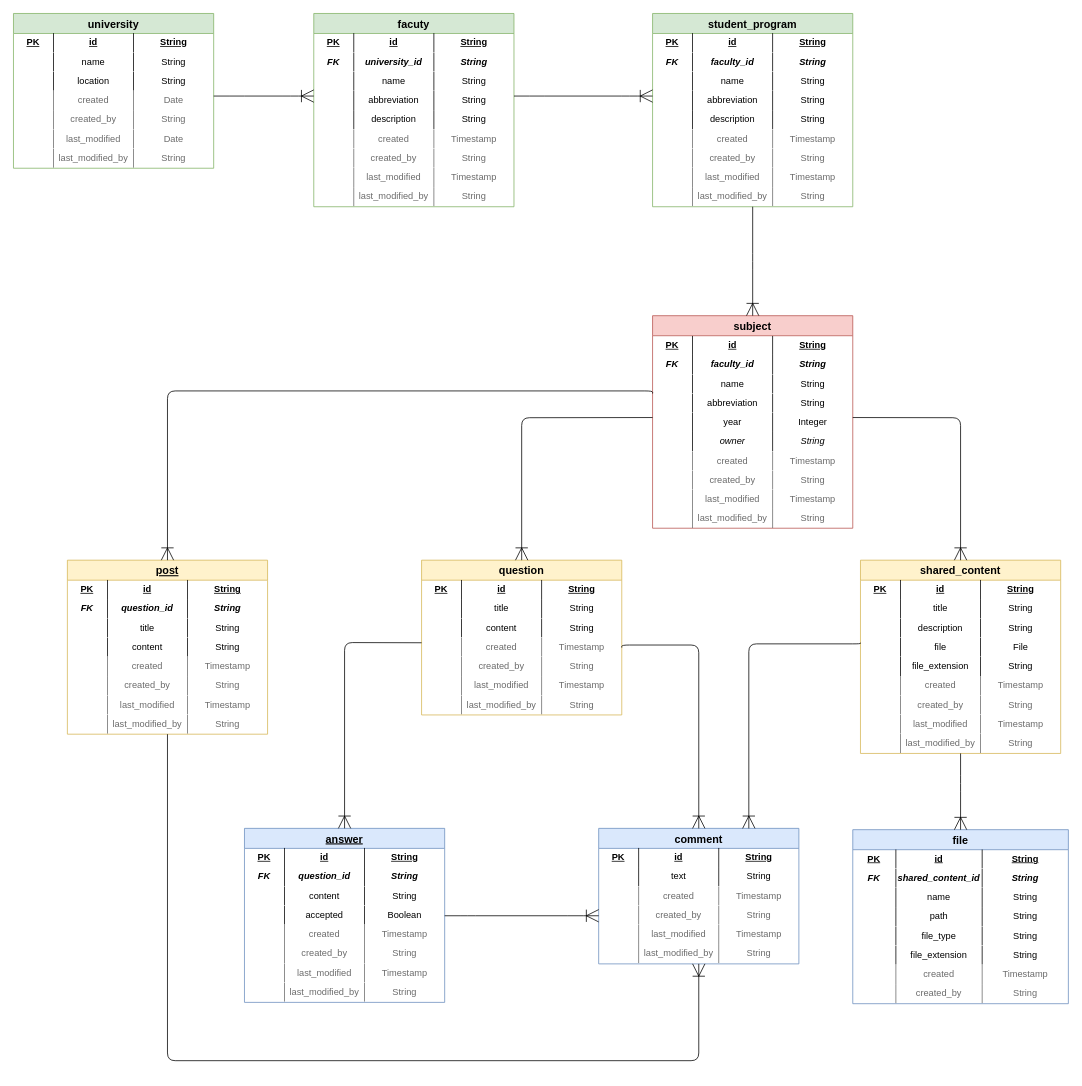
fri-pointer/docs keeps this draw.io diagram as res/drawio/fri-pointer-db.drawio. Above is the earlier version. Source tidied: cells renumbered, new cells numbered last; positions are measured from the earlier drawing's top-left corner, leaving out a move shared by most shapes. Both pictures are drawn from the tidied source at 77%, with x=0, y=0 at pixel (13, 13).
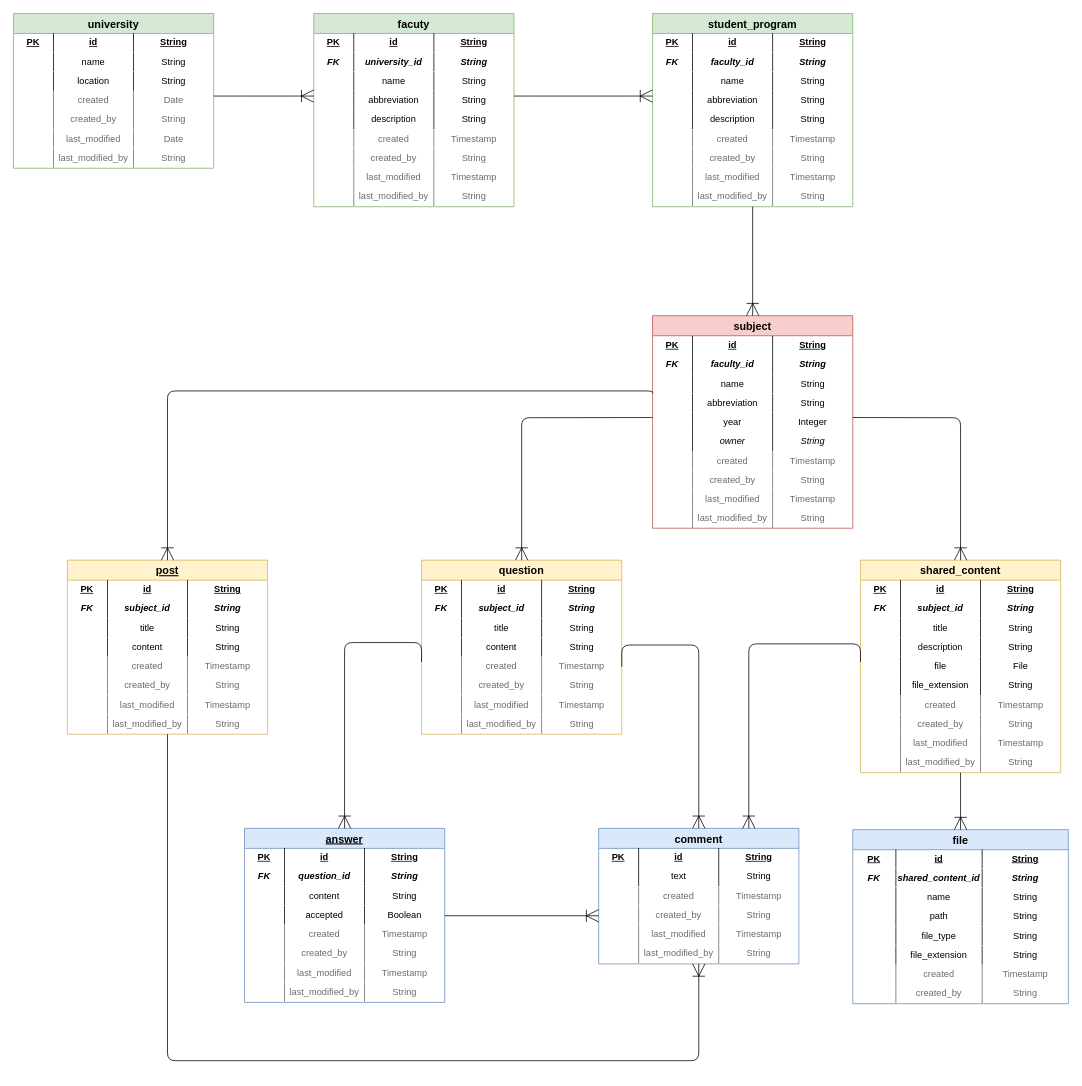
The same page after the edit.

The change refers to these unchanged cells:
```xml
<mxCell id="94" value="post" style="swimlane;fontStyle=5;horizontal=1;startSize=26;fillColor=#fff2cc;swimlaneFillColor=#ffffff;align=center;fontSize=14;rounded=0;shadow=0;glass=0;strokeWidth=1;strokeColor=#d6b656;" parent="1" vertex="1">
  <mxGeometry x="70" y="710" width="260" height="226" as="geometry" />
</mxCell>
```

Change to the diagram source:
```diff
@@
     <mxCell id="39" value="shared_content" style="swimlane;fontStyle=1;horizontal=1;startSize=26;fillColor=#fff2cc;swimlaneFillColor=#ffffff;align=center;fontSize=14;rounded=0;shadow=0;glass=0;strokeWidth=1;strokeColor=#d6b656;" parent="1" vertex="1">
-      <mxGeometry x="1100" y="710" width="260" height="251" as="geometry" />
+      <mxGeometry x="1100" y="710" width="260" height="276" as="geometry" />
     </mxCell>
@@
+    <mxCell id="105" value="&lt;table style=&quot;width: 100% ; height: 100% ; border-collapse: collapse&quot; width=&quot;100%&quot;&gt;&lt;tbody&gt;&lt;tr&gt;&lt;td width=&quot;20%&quot; align=&quot;center&quot;&gt;&lt;b&gt;FK&lt;/b&gt;&lt;/td&gt;&lt;td style=&quot;border-left: 1px solid ; border-right: 1px solid&quot; width=&quot;40%&quot; align=&quot;center&quot;&gt;&lt;b&gt;subject_id&lt;br&gt;&lt;/b&gt;&lt;/td&gt;&lt;td width=&quot;40%&quot; align=&quot;center&quot;&gt;&lt;b&gt;String&lt;br&gt;&lt;/b&gt;&lt;/td&gt;&lt;/tr&gt;&lt;/tbody&gt;&lt;/table&gt;" style="text;html=1;strokeColor=none;fillColor=none;overflow=fill;rounded=0;shadow=0;glass=0;align=left;fontStyle=2;" parent="39" vertex="1">
+      <mxGeometry y="51" width="260" height="25" as="geometry" />
+    </mxCell>
     <mxCell id="41" value="&lt;table style=&quot;width: 100% ; height: 100% ; border-collapse: collapse&quot; width=&quot;100%&quot;&gt;&lt;tbody&gt;&lt;tr&gt;&lt;td width=&quot;20%&quot; align=&quot;center&quot;&gt;&lt;br&gt;&lt;/td&gt;&lt;td style=&quot;border-left: 1px solid ; border-right: 1px solid&quot; width=&quot;40%&quot; align=&quot;center&quot;&gt;title&lt;/td&gt;&lt;td width=&quot;40%&quot; align=&quot;center&quot;&gt;String&lt;br&gt;&lt;/td&gt;&lt;/tr&gt;&lt;/tbody&gt;&lt;/table&gt;" style="text;html=1;strokeColor=none;fillColor=none;overflow=fill;rounded=0;shadow=0;glass=0;align=left;" parent="39" vertex="1">
-      <mxGeometry y="51" width="260" height="25" as="geometry" />
+      <mxGeometry y="76" width="260" height="25" as="geometry" />
     </mxCell>
     <mxCell id="42" value="&lt;table style=&quot;width: 100% ; height: 100% ; border-collapse: collapse&quot; width=&quot;100%&quot;&gt;&lt;tbody&gt;&lt;tr&gt;&lt;td width=&quot;20%&quot; align=&quot;center&quot;&gt;&lt;br&gt;&lt;/td&gt;&lt;td style=&quot;border-left: 1px solid ; border-right: 1px solid&quot; width=&quot;40%&quot; align=&quot;center&quot;&gt;description&lt;/td&gt;&lt;td width=&quot;40%&quot; align=&quot;center&quot;&gt;String&lt;br&gt;&lt;/td&gt;&lt;/tr&gt;&lt;/tbody&gt;&lt;/table&gt;" style="text;html=1;strokeColor=none;fillColor=none;overflow=fill;rounded=0;shadow=0;glass=0;align=left;" parent="39" vertex="1">
-      <mxGeometry y="76" width="260" height="25" as="geometry" />
+      <mxGeometry y="101" width="260" height="25" as="geometry" />
     </mxCell>
     <mxCell id="43" value="&lt;table style=&quot;width: 100% ; height: 100% ; border-collapse: collapse&quot; width=&quot;100%&quot;&gt;&lt;tbody&gt;&lt;tr&gt;&lt;td width=&quot;20%&quot; align=&quot;center&quot;&gt;&lt;br&gt;&lt;/td&gt;&lt;td style=&quot;border-left: 1px solid ; border-right: 1px solid&quot; width=&quot;40%&quot; align=&quot;center&quot;&gt;file&lt;br&gt;&lt;/td&gt;&lt;td width=&quot;40%&quot; align=&quot;center&quot;&gt;File&lt;br&gt;&lt;/td&gt;&lt;/tr&gt;&lt;/tbody&gt;&lt;/table&gt;" style="text;html=1;strokeColor=none;fillColor=none;overflow=fill;rounded=0;shadow=0;glass=0;align=left;" parent="39" vertex="1">
-      <mxGeometry y="101" width="260" height="25" as="geometry" />
+      <mxGeometry y="126" width="260" height="25" as="geometry" />
     </mxCell>
     <mxCell id="44" value="&lt;table style=&quot;width: 100% ; height: 100% ; border-collapse: collapse&quot; width=&quot;100%&quot;&gt;&lt;tbody&gt;&lt;tr&gt;&lt;td width=&quot;20%&quot; align=&quot;center&quot;&gt;&lt;br&gt;&lt;/td&gt;&lt;td style=&quot;border-left: 1px solid ; border-right: 1px solid&quot; width=&quot;40%&quot; align=&quot;center&quot;&gt;file_extension&lt;/td&gt;&lt;td width=&quot;40%&quot; align=&quot;center&quot;&gt;String&lt;br&gt;&lt;/td&gt;&lt;/tr&gt;&lt;/tbody&gt;&lt;/table&gt;" style="text;html=1;strokeColor=none;fillColor=none;overflow=fill;rounded=0;shadow=0;glass=0;align=left;" parent="39" vertex="1">
-      <mxGeometry y="126" width="260" height="25" as="geometry" />
+      <mxGeometry y="151" width="260" height="25" as="geometry" />
     </mxCell>
     <mxCell id="45" value="&lt;table style=&quot;width: 100% ; height: 100% ; border-collapse: collapse&quot; width=&quot;100%&quot;&gt;&lt;tbody&gt;&lt;tr&gt;&lt;td width=&quot;20%&quot; align=&quot;center&quot;&gt;&lt;br&gt;&lt;/td&gt;&lt;td style=&quot;border-left: 1px solid ; border-right: 1px solid&quot; width=&quot;40%&quot; align=&quot;center&quot;&gt;created&lt;br&gt;&lt;/td&gt;&lt;td width=&quot;40%&quot; align=&quot;center&quot;&gt;Timestamp&lt;br&gt;&lt;/td&gt;&lt;/tr&gt;&lt;/tbody&gt;&lt;/table&gt;" style="text;html=1;strokeColor=none;fillColor=none;overflow=fill;rounded=0;shadow=0;glass=0;align=left;fontColor=#6B6B6B;" parent="39" vertex="1">
-      <mxGeometry y="151" width="260" height="25" as="geometry" />
+      <mxGeometry y="176" width="260" height="25" as="geometry" />
     </mxCell>
     <mxCell id="46" value="&lt;table style=&quot;width: 100% ; height: 100% ; border-collapse: collapse&quot; width=&quot;100%&quot;&gt;&lt;tbody&gt;&lt;tr&gt;&lt;td width=&quot;20%&quot; align=&quot;center&quot;&gt;&lt;br&gt;&lt;/td&gt;&lt;td style=&quot;border-left: 1px solid ; border-right: 1px solid&quot; width=&quot;40%&quot; align=&quot;center&quot;&gt;created_by&lt;br&gt;&lt;/td&gt;&lt;td width=&quot;40%&quot; align=&quot;center&quot;&gt;String&lt;br&gt;&lt;/td&gt;&lt;/tr&gt;&lt;/tbody&gt;&lt;/table&gt;" style="text;html=1;strokeColor=none;fillColor=none;overflow=fill;rounded=0;shadow=0;glass=0;align=left;fontColor=#6B6B6B;" parent="39" vertex="1">
-      <mxGeometry y="176" width="260" height="25" as="geometry" />
+      <mxGeometry y="201" width="260" height="25" as="geometry" />
     </mxCell>
     <mxCell id="47" value="&lt;table style=&quot;width: 100% ; height: 100% ; border-collapse: collapse&quot; width=&quot;100%&quot;&gt;&lt;tbody&gt;&lt;tr&gt;&lt;td width=&quot;20%&quot; align=&quot;center&quot;&gt;&lt;br&gt;&lt;/td&gt;&lt;td style=&quot;border-left: 1px solid ; border-right: 1px solid&quot; width=&quot;40%&quot; align=&quot;center&quot;&gt;last_modified&lt;br&gt;&lt;/td&gt;&lt;td width=&quot;40%&quot; align=&quot;center&quot;&gt;Timestamp&lt;br&gt;&lt;/td&gt;&lt;/tr&gt;&lt;/tbody&gt;&lt;/table&gt;" style="text;html=1;strokeColor=none;fillColor=none;overflow=fill;rounded=0;shadow=0;glass=0;align=left;fontColor=#6B6B6B;" parent="39" vertex="1">
-      <mxGeometry y="201" width="260" height="25" as="geometry" />
+      <mxGeometry y="226" width="260" height="25" as="geometry" />
     </mxCell>
     <mxCell id="48" value="&lt;table style=&quot;width: 100% ; height: 100% ; border-collapse: collapse&quot; width=&quot;100%&quot;&gt;&lt;tbody&gt;&lt;tr&gt;&lt;td width=&quot;20%&quot; align=&quot;center&quot;&gt;&lt;br&gt;&lt;/td&gt;&lt;td style=&quot;border-left: 1px solid ; border-right: 1px solid&quot; width=&quot;40%&quot; align=&quot;center&quot;&gt;last_modified_by&lt;/td&gt;&lt;td width=&quot;40%&quot; align=&quot;center&quot;&gt;String&lt;br&gt;&lt;/td&gt;&lt;/tr&gt;&lt;/tbody&gt;&lt;/table&gt;" style="text;html=1;strokeColor=none;fillColor=none;overflow=fill;rounded=0;shadow=0;glass=0;align=left;fontColor=#6B6B6B;" parent="39" vertex="1">
-      <mxGeometry y="226" width="260" height="25" as="geometry" />
+      <mxGeometry y="251" width="260" height="25" as="geometry" />
     </mxCell>
@@
     <mxCell id="76" value="question" style="swimlane;fontStyle=1;horizontal=1;startSize=26;fillColor=#fff2cc;swimlaneFillColor=#ffffff;align=center;fontSize=14;rounded=0;shadow=0;glass=0;strokeWidth=1;strokeColor=#d6b656;" parent="1" vertex="1">
-      <mxGeometry x="530" y="710" width="260" height="201" as="geometry" />
+      <mxGeometry x="530" y="710" width="260" height="226" as="geometry" />
     </mxCell>
@@
+    <mxCell id="106" value="&lt;table style=&quot;width: 100% ; height: 100% ; border-collapse: collapse&quot; width=&quot;100%&quot;&gt;&lt;tbody&gt;&lt;tr&gt;&lt;td width=&quot;20%&quot; align=&quot;center&quot;&gt;&lt;b&gt;FK&lt;/b&gt;&lt;/td&gt;&lt;td style=&quot;border-left: 1px solid ; border-right: 1px solid&quot; width=&quot;40%&quot; align=&quot;center&quot;&gt;&lt;b&gt;subject_id&lt;br&gt;&lt;/b&gt;&lt;/td&gt;&lt;td width=&quot;40%&quot; align=&quot;center&quot;&gt;&lt;b&gt;String&lt;br&gt;&lt;/b&gt;&lt;/td&gt;&lt;/tr&gt;&lt;/tbody&gt;&lt;/table&gt;" style="text;html=1;strokeColor=none;fillColor=none;overflow=fill;rounded=0;shadow=0;glass=0;align=left;fontStyle=2;" parent="76" vertex="1">
+      <mxGeometry y="51" width="260" height="25" as="geometry" />
+    </mxCell>
     <mxCell id="78" value="&lt;table style=&quot;width: 100% ; height: 100% ; border-collapse: collapse&quot; width=&quot;100%&quot;&gt;&lt;tbody&gt;&lt;tr&gt;&lt;td width=&quot;20%&quot; align=&quot;center&quot;&gt;&lt;br&gt;&lt;/td&gt;&lt;td style=&quot;border-left: 1px solid ; border-right: 1px solid&quot; width=&quot;40%&quot; align=&quot;center&quot;&gt;title&lt;/td&gt;&lt;td width=&quot;40%&quot; align=&quot;center&quot;&gt;String&lt;br&gt;&lt;/td&gt;&lt;/tr&gt;&lt;/tbody&gt;&lt;/table&gt;" style="text;html=1;strokeColor=none;fillColor=none;overflow=fill;rounded=0;shadow=0;glass=0;align=left;" parent="76" vertex="1">
-      <mxGeometry y="51" width="260" height="25" as="geometry" />
+      <mxGeometry y="76" width="260" height="25" as="geometry" />
     </mxCell>
     <mxCell id="79" value="&lt;table style=&quot;width: 100% ; height: 100% ; border-collapse: collapse&quot; width=&quot;100%&quot;&gt;&lt;tbody&gt;&lt;tr&gt;&lt;td width=&quot;20%&quot; align=&quot;center&quot;&gt;&lt;br&gt;&lt;/td&gt;&lt;td style=&quot;border-left: 1px solid ; border-right: 1px solid&quot; width=&quot;40%&quot; align=&quot;center&quot;&gt;content&lt;/td&gt;&lt;td width=&quot;40%&quot; align=&quot;center&quot;&gt;String&lt;br&gt;&lt;/td&gt;&lt;/tr&gt;&lt;/tbody&gt;&lt;/table&gt;" style="text;html=1;strokeColor=none;fillColor=none;overflow=fill;rounded=0;shadow=0;glass=0;align=left;" parent="76" vertex="1">
-      <mxGeometry y="76" width="260" height="25" as="geometry" />
+      <mxGeometry y="101" width="260" height="25" as="geometry" />
     </mxCell>
     <mxCell id="80" value="&lt;table style=&quot;width: 100% ; height: 100% ; border-collapse: collapse&quot; width=&quot;100%&quot;&gt;&lt;tbody&gt;&lt;tr&gt;&lt;td width=&quot;20%&quot; align=&quot;center&quot;&gt;&lt;br&gt;&lt;/td&gt;&lt;td style=&quot;border-left: 1px solid ; border-right: 1px solid&quot; width=&quot;40%&quot; align=&quot;center&quot;&gt;created&lt;br&gt;&lt;/td&gt;&lt;td width=&quot;40%&quot; align=&quot;center&quot;&gt;Timestamp&lt;br&gt;&lt;/td&gt;&lt;/tr&gt;&lt;/tbody&gt;&lt;/table&gt;" style="text;html=1;overflow=fill;rounded=0;shadow=0;glass=0;align=left;fontColor=#6B6B6B;" parent="76" vertex="1">
-      <mxGeometry y="101" width="260" height="25" as="geometry" />
+      <mxGeometry y="126" width="260" height="25" as="geometry" />
     </mxCell>
     <mxCell id="81" value="&lt;table style=&quot;width: 100% ; height: 100% ; border-collapse: collapse&quot; width=&quot;100%&quot;&gt;&lt;tbody&gt;&lt;tr&gt;&lt;td width=&quot;20%&quot; align=&quot;center&quot;&gt;&lt;br&gt;&lt;/td&gt;&lt;td style=&quot;border-left: 1px solid ; border-right: 1px solid&quot; width=&quot;40%&quot; align=&quot;center&quot;&gt;created_by&lt;br&gt;&lt;/td&gt;&lt;td width=&quot;40%&quot; align=&quot;center&quot;&gt;String&lt;br&gt;&lt;/td&gt;&lt;/tr&gt;&lt;/tbody&gt;&lt;/table&gt;" style="text;html=1;overflow=fill;rounded=0;shadow=0;glass=0;align=left;fontColor=#6B6B6B;" parent="76" vertex="1">
-      <mxGeometry y="126" width="260" height="25" as="geometry" />
+      <mxGeometry y="151" width="260" height="25" as="geometry" />
     </mxCell>
     <mxCell id="82" value="&lt;table style=&quot;width: 100% ; height: 100% ; border-collapse: collapse&quot; width=&quot;100%&quot;&gt;&lt;tbody&gt;&lt;tr&gt;&lt;td width=&quot;20%&quot; align=&quot;center&quot;&gt;&lt;br&gt;&lt;/td&gt;&lt;td style=&quot;border-left: 1px solid ; border-right: 1px solid&quot; width=&quot;40%&quot; align=&quot;center&quot;&gt;last_modified&lt;br&gt;&lt;/td&gt;&lt;td width=&quot;40%&quot; align=&quot;center&quot;&gt;Timestamp&lt;br&gt;&lt;/td&gt;&lt;/tr&gt;&lt;/tbody&gt;&lt;/table&gt;" style="text;html=1;overflow=fill;rounded=0;shadow=0;glass=0;align=left;fontColor=#6B6B6B;" parent="76" vertex="1">
-      <mxGeometry y="151" width="260" height="25" as="geometry" />
+      <mxGeometry y="176" width="260" height="25" as="geometry" />
     </mxCell>
     <mxCell id="83" value="&lt;table style=&quot;width: 100% ; height: 100% ; border-collapse: collapse&quot; width=&quot;100%&quot;&gt;&lt;tbody&gt;&lt;tr&gt;&lt;td width=&quot;20%&quot; align=&quot;center&quot;&gt;&lt;br&gt;&lt;/td&gt;&lt;td style=&quot;border-left: 1px solid ; border-right: 1px solid&quot; width=&quot;40%&quot; align=&quot;center&quot;&gt;last_modified_by&lt;/td&gt;&lt;td width=&quot;40%&quot; align=&quot;center&quot;&gt;String&lt;br&gt;&lt;/td&gt;&lt;/tr&gt;&lt;/tbody&gt;&lt;/table&gt;" style="text;html=1;overflow=fill;rounded=0;shadow=0;glass=0;align=left;fontColor=#6B6B6B;" parent="76" vertex="1">
-      <mxGeometry y="176" width="260" height="25" as="geometry" />
+      <mxGeometry y="201" width="260" height="25" as="geometry" />
     </mxCell>
@@
-    <mxCell id="96" value="&lt;table style=&quot;width: 100% ; height: 100% ; border-collapse: collapse&quot; width=&quot;100%&quot;&gt;&lt;tbody&gt;&lt;tr&gt;&lt;td width=&quot;20%&quot; align=&quot;center&quot;&gt;&lt;b&gt;FK&lt;/b&gt;&lt;/td&gt;&lt;td style=&quot;border-left: 1px solid ; border-right: 1px solid&quot; width=&quot;40%&quot; align=&quot;center&quot;&gt;&lt;b&gt;question_id&lt;/b&gt;&lt;/td&gt;&lt;td width=&quot;40%&quot; align=&quot;center&quot;&gt;&lt;b&gt;String&lt;br&gt;&lt;/b&gt;&lt;/td&gt;&lt;/tr&gt;&lt;/tbody&gt;&lt;/table&gt;" style="text;html=1;strokeColor=none;fillColor=none;overflow=fill;rounded=0;shadow=0;glass=0;align=left;fontStyle=2;" parent="94" vertex="1">
+    <mxCell id="96" value="&lt;table style=&quot;width: 100% ; height: 100% ; border-collapse: collapse&quot; width=&quot;100%&quot;&gt;&lt;tbody&gt;&lt;tr&gt;&lt;td width=&quot;20%&quot; align=&quot;center&quot;&gt;&lt;b&gt;FK&lt;/b&gt;&lt;/td&gt;&lt;td style=&quot;border-left: 1px solid ; border-right: 1px solid&quot; width=&quot;40%&quot; align=&quot;center&quot;&gt;&lt;b&gt;subject_id&lt;br&gt;&lt;/b&gt;&lt;/td&gt;&lt;td width=&quot;40%&quot; align=&quot;center&quot;&gt;&lt;b&gt;String&lt;br&gt;&lt;/b&gt;&lt;/td&gt;&lt;/tr&gt;&lt;/tbody&gt;&lt;/table&gt;" style="text;html=1;strokeColor=none;fillColor=none;overflow=fill;rounded=0;shadow=0;glass=0;align=left;fontStyle=2;" parent="94" vertex="1">
       <mxGeometry y="51" width="260" height="25" as="geometry" />
     </mxCell>
```
